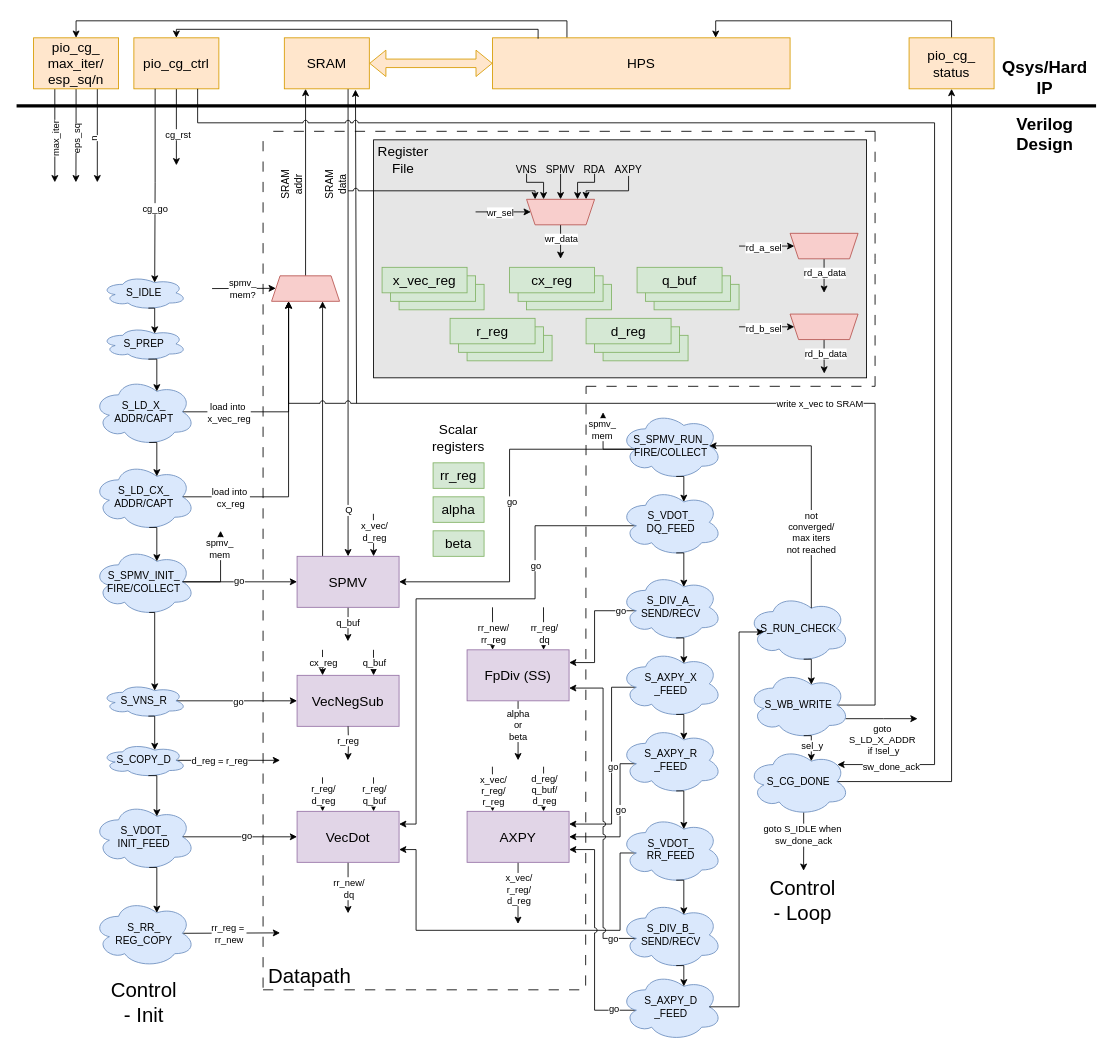
Earlier version of the draw.io diagram images/v2.drawio (pis7/ece5760-final-project). Source tidied: cells renumbered, new cells numbered last; positions are measured from the earlier drawing's top-left corner, leaving out a move shared by most shapes. Both pictures are drawn from the tidied source at 85%, with x=0, y=0 at pixel (16, 29).
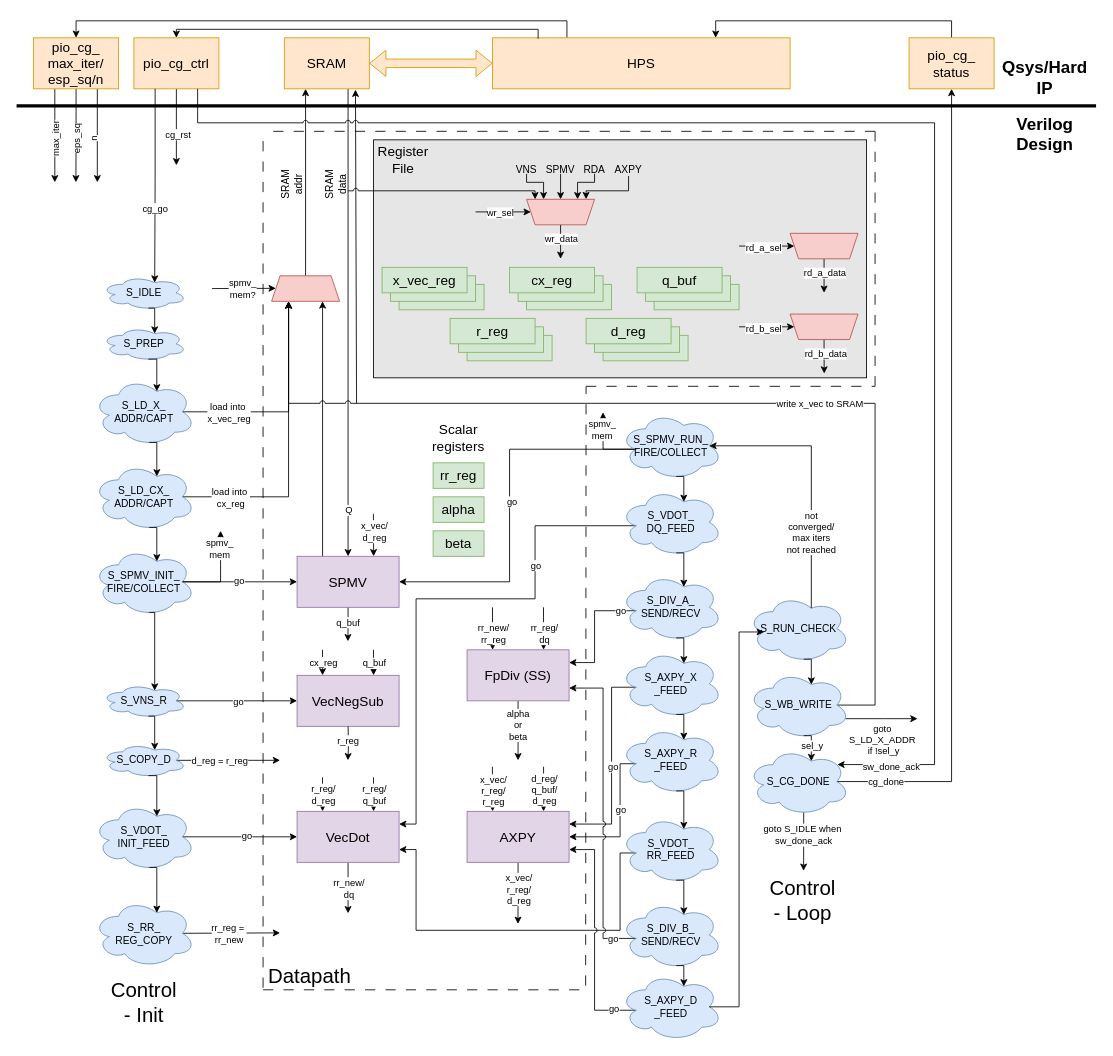
After the change.

The change refers to these unchanged cells:
```xml
<mxCell id="128" style="edgeStyle=orthogonalEdgeStyle;rounded=0;jettySize=auto;html=1;exitX=0.875;exitY=0.5;exitDx=0;exitDy=0;exitPerimeter=0;entryX=0.5;entryY=1;entryDx=0;entryDy=0;" parent="1" edge="1" source="129" target="182">
  <mxGeometry relative="1" as="geometry" />
</mxCell>
```

The edit, as a diff of the source:
```diff
@@
+    <mxCell id="205" value="cg_done" style="edgeLabel;html=1;align=center;verticalAlign=middle;" parent="128" vertex="1">
+      <mxGeometry x="-0.88" y="1" relative="1" as="geometry" />
+    </mxCell>
```
